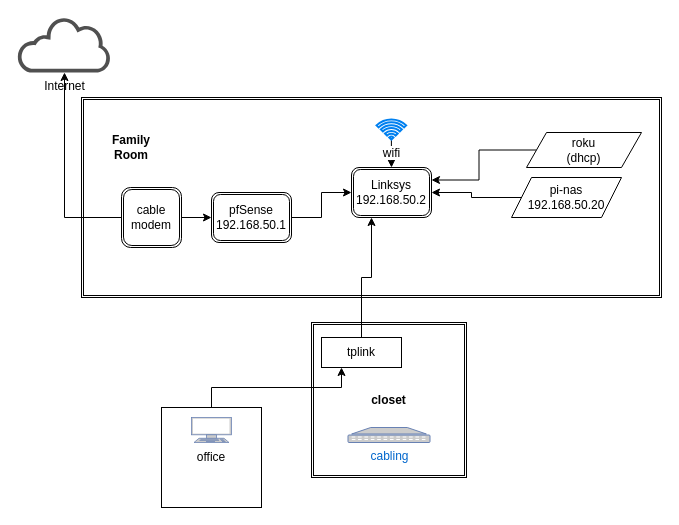
The draw.io diagram files/home_network_diagram.drawio in nag-champa/ansible_home_network, before the edit. Source tidied: cells renumbered, new cells numbered last; positions are measured from the earlier drawing's top-left corner, leaving out a move shared by most shapes. Both pictures are drawn from the tidied source at 100%, with x=0, y=0 at pixel (17, 17).
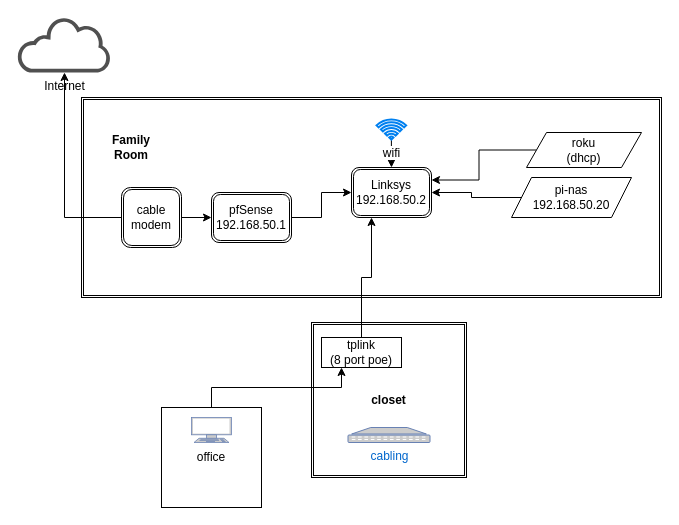
Above is the later version.

Change to the diagram source:
```diff
@@
-    <mxCell id="11" value="tplink" style="rounded=1;whiteSpace=wrap;html=1;arcSize=0;" parent="1" vertex="1">
+    <mxCell id="11" value="tplink&lt;br&gt;(8 port poe)" style="rounded=1;whiteSpace=wrap;html=1;arcSize=0;" parent="1" vertex="1">
       <mxGeometry x="304" y="320" width="80" height="30" as="geometry" />
     </mxCell>
@@
     <mxCell id="18" value="pi-nas&lt;br&gt;192.168.50.20" style="shape=parallelogram;perimeter=parallelogramPerimeter;whiteSpace=wrap;html=1;fixedSize=1;" parent="1" vertex="1">
-      <mxGeometry x="494" y="160" width="110" height="40" as="geometry" />
+      <mxGeometry x="494" y="160" width="120" height="40" as="geometry" />
     </mxCell>
```
